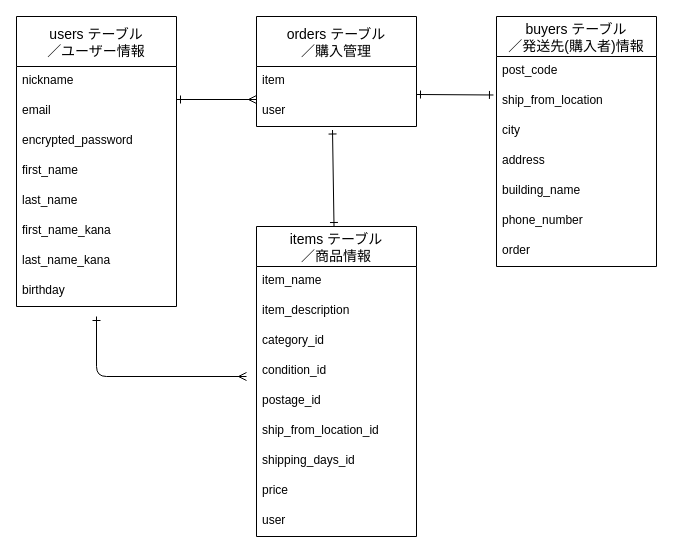
Earlier version of the draw.io diagram er.dio (Cristina1201/furima-40013). Source tidied: cells renumbered, new cells numbered last; positions are measured from the earlier drawing's top-left corner, leaving out a move shared by most shapes. Both pictures are drawn from the tidied source at 100%, with x=0, y=0 at pixel (16, 16).
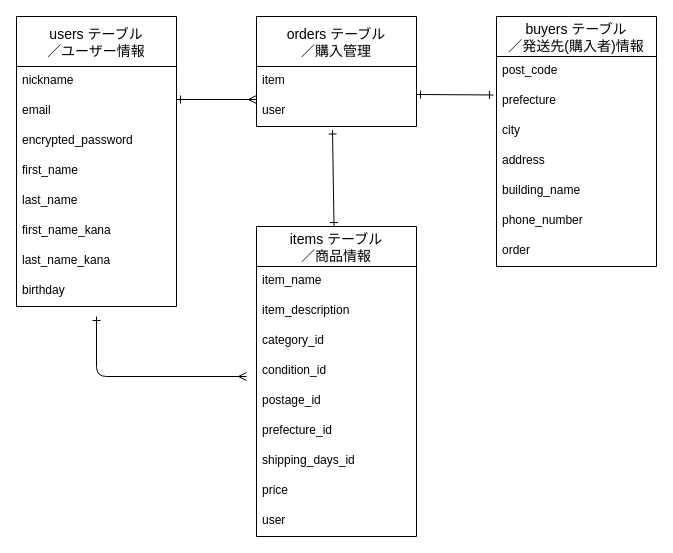
Above is the later version.

Unchanged cells that the change refers to:
```xml
<mxCell id="11" value="items テーブル&#10;／商品情報" style="swimlane;fontStyle=0;horizontal=1;startSize=40;align=center;fontSize=14;" parent="1" vertex="1">
  <mxGeometry x="240" y="210" width="160" height="310" as="geometry" />
</mxCell>
<mxCell id="27" value="buyers テーブル&#10;／発送先(購入者)情報" style="swimlane;fontStyle=0;horizontal=1;startSize=40;align=center;fontSize=14;" parent="1" vertex="1">
  <mxGeometry x="480" width="160" height="250" as="geometry" />
</mxCell>
```

The edit, as a diff of the source:
```diff
@@
-    <mxCell id="17" value="ship_from_location_id" style="text;strokeColor=none;fillColor=none;spacingLeft=4;spacingRight=4;overflow=hidden;fontSize=12;" parent="11" vertex="1">
+    <mxCell id="17" value="prefecture_id" style="text;strokeColor=none;fillColor=none;spacingLeft=4;spacingRight=4;overflow=hidden;fontSize=12;" parent="11" vertex="1">
       <mxGeometry y="190" width="160" height="30" as="geometry" />
     </mxCell>
@@
-    <mxCell id="29" value="ship_from_location" style="text;strokeColor=none;fillColor=none;spacingLeft=4;spacingRight=4;overflow=hidden;points=[[0,0.5],[1,0.5]];portConstraint=eastwest;fontSize=12;" parent="27" vertex="1">
+    <mxCell id="29" value="prefecture" style="text;strokeColor=none;fillColor=none;spacingLeft=4;spacingRight=4;overflow=hidden;points=[[0,0.5],[1,0.5]];portConstraint=eastwest;fontSize=12;" parent="27" vertex="1">
       <mxGeometry y="70" width="160" height="30" as="geometry" />
     </mxCell>
```
